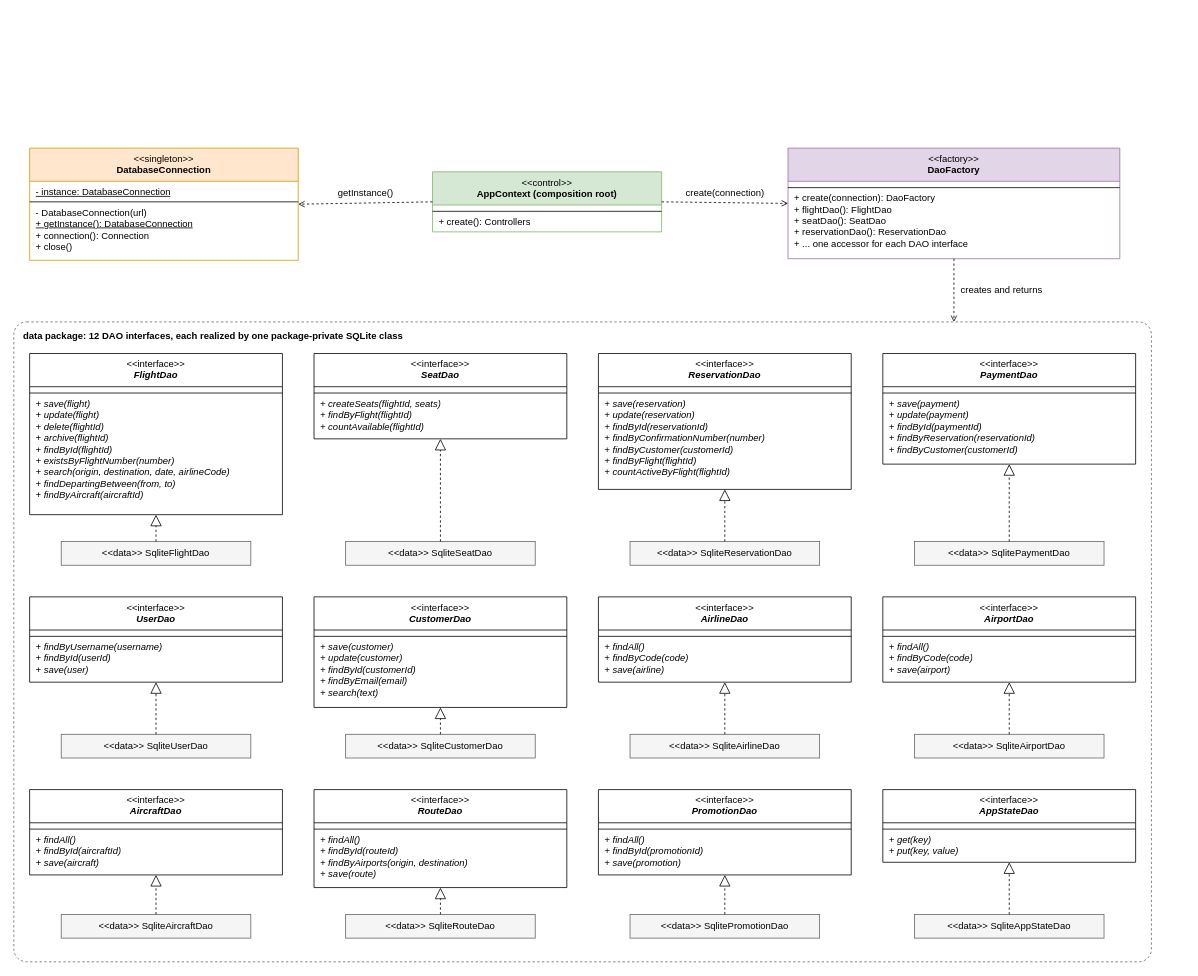
Before: docs/diagrams/src/13-class-data.drawio in satyambhanot/ChinookAir, a draw.io diagram. Source tidied: cells renumbered, new cells numbered last; positions are measured from the earlier drawing's top-left corner, leaving out a move shared by most shapes. Both pictures are drawn from the tidied source at 79%, with x=0, y=0 at pixel (13, 148).
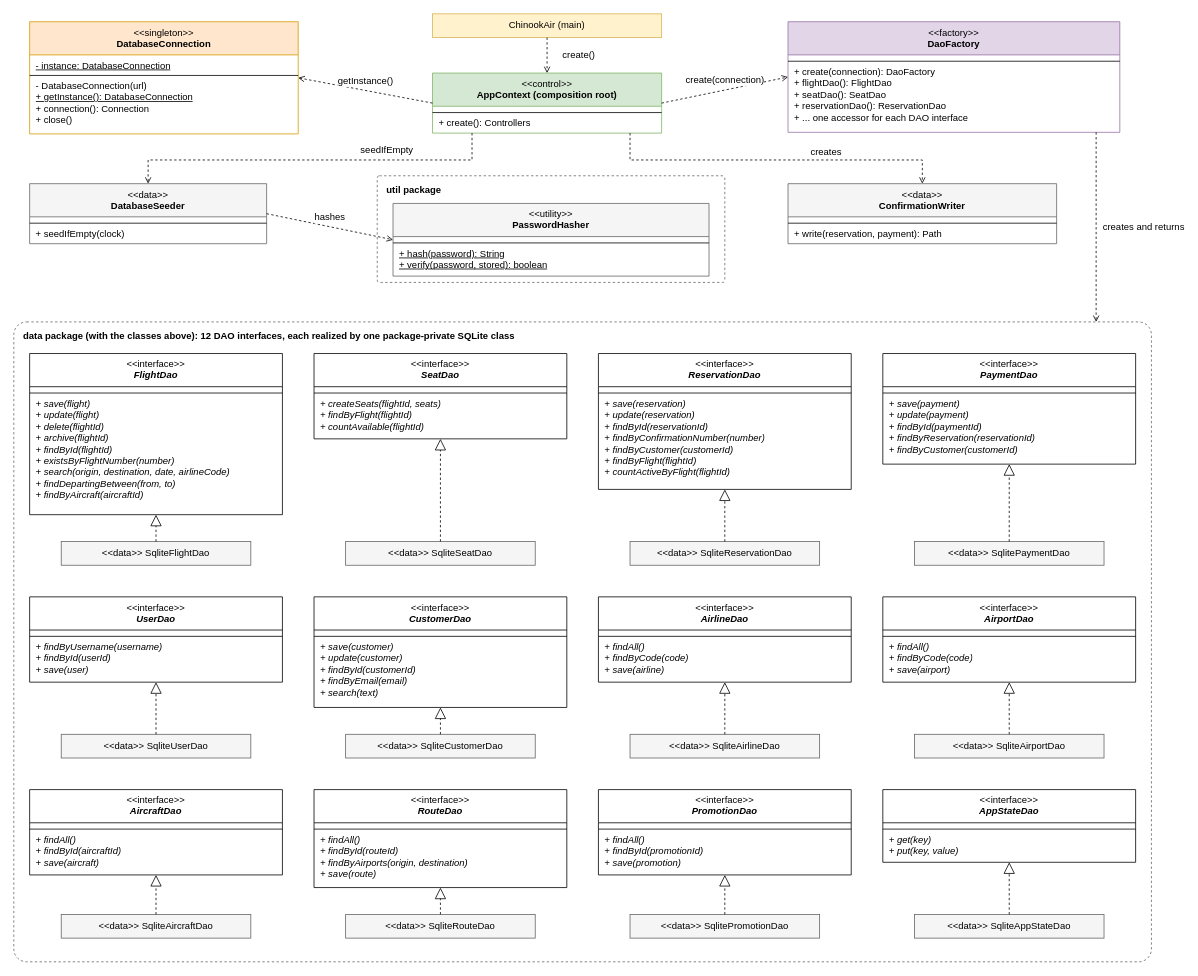
The same page after the edit.

Commit message (it also covers changes not shown here):
Move ConfirmationWriter to the data layer and add the seeder, hasher and entry point

The edit, as a diff of the source:
```diff
@@
     <mxCell id="2" value="&amp;lt;&amp;lt;singleton&amp;gt;&amp;gt;&lt;br&gt;&lt;b&gt;DatabaseConnection&lt;/b&gt;" style="swimlane;fontStyle=0;align=center;verticalAlign=top;horizontal=1;startSize=42;whiteSpace=wrap;html=1;fillColor=#ffe6cc;strokeColor=#d79b00;fontFamily=Helvetica;fontSize=12;" parent="1" vertex="1">
-      <mxGeometry x="20" width="340" height="142" as="geometry" />
+      <mxGeometry x="20" y="-160" width="340" height="142" as="geometry" />
     </mxCell>
@@
     <mxCell id="6" value="&amp;lt;&amp;lt;control&amp;gt;&amp;gt;&lt;br&gt;&lt;b&gt;AppContext (composition root)&lt;/b&gt;" style="swimlane;fontStyle=0;align=center;verticalAlign=top;horizontal=1;startSize=42;whiteSpace=wrap;html=1;fillColor=#d5e8d4;strokeColor=#82b366;fontFamily=Helvetica;fontSize=12;" parent="1" vertex="1">
-      <mxGeometry x="530" y="30" width="290" height="76" as="geometry" />
+      <mxGeometry x="530" y="-95" width="290" height="76" as="geometry" />
     </mxCell>
@@
+    <mxCell id="90" value="ChinookAir (main)" style="rounded=0;whiteSpace=wrap;html=1;fillColor=#fff2cc;strokeColor=#d6b656;fontFamily=Helvetica;fontSize=12;" parent="1" vertex="1">
+      <mxGeometry x="530" y="-170" width="290" height="30" as="geometry" />
+    </mxCell>
     <mxCell id="10" value="&amp;lt;&amp;lt;factory&amp;gt;&amp;gt;&lt;br&gt;&lt;b&gt;DaoFactory&lt;/b&gt;" style="swimlane;fontStyle=0;align=center;verticalAlign=top;horizontal=1;startSize=42;whiteSpace=wrap;html=1;fillColor=#e1d5e7;strokeColor=#9673a6;fontFamily=Helvetica;fontSize=12;" parent="1" vertex="1">
-      <mxGeometry x="980" width="420" height="140" as="geometry" />
+      <mxGeometry x="980" y="-160" width="420" height="140" as="geometry" />
     </mxCell>
@@
+    <mxCell id="91" value="&amp;lt;&amp;lt;data&amp;gt;&amp;gt;&lt;br&gt;&lt;b&gt;DatabaseSeeder&lt;/b&gt;" style="swimlane;fontStyle=0;align=center;verticalAlign=top;horizontal=1;startSize=42;whiteSpace=wrap;html=1;fillColor=#f5f5f5;strokeColor=#666666;fontFamily=Helvetica;fontSize=12;" parent="1" vertex="1">
+      <mxGeometry x="20" y="45" width="300" height="76" as="geometry" />
+    </mxCell>
+    <mxCell id="92" style="text;strokeColor=none;fillColor=none;align=left;verticalAlign=top;spacingLeft=6;spacingRight=4;overflow=hidden;whiteSpace=wrap;html=1;fontFamily=Helvetica;fontSize=12;" parent="91" vertex="1">
+      <mxGeometry y="42" width="300" height="8" as="geometry" />
+    </mxCell>
+    <mxCell id="93" style="line;strokeWidth=1;fillColor=none;align=left;verticalAlign=middle;" parent="91" vertex="1">
+      <mxGeometry y="49" width="300" height="2" as="geometry" />
+    </mxCell>
+    <mxCell id="94" value="+ seedIfEmpty(clock)" style="text;strokeColor=none;fillColor=none;align=left;verticalAlign=top;spacingLeft=6;spacingRight=4;overflow=hidden;whiteSpace=wrap;html=1;fontFamily=Helvetica;fontSize=12;" parent="91" vertex="1">
+      <mxGeometry y="50" width="300" height="26" as="geometry" />
+    </mxCell>
+    <mxCell id="95" value="&amp;lt;&amp;lt;data&amp;gt;&amp;gt;&lt;br&gt;&lt;b&gt;ConfirmationWriter&lt;/b&gt;" style="swimlane;fontStyle=0;align=center;verticalAlign=top;horizontal=1;startSize=42;whiteSpace=wrap;html=1;fillColor=#f5f5f5;strokeColor=#666666;fontFamily=Helvetica;fontSize=12;" parent="1" vertex="1">
+      <mxGeometry x="980" y="45" width="340" height="76" as="geometry" />
+    </mxCell>
+    <mxCell id="96" style="text;strokeColor=none;fillColor=none;align=left;verticalAlign=top;spacingLeft=6;spacingRight=4;overflow=hidden;whiteSpace=wrap;html=1;fontFamily=Helvetica;fontSize=12;" parent="95" vertex="1">
+      <mxGeometry y="42" width="340" height="8" as="geometry" />
+    </mxCell>
+    <mxCell id="97" style="line;strokeWidth=1;fillColor=none;align=left;verticalAlign=middle;" parent="95" vertex="1">
+      <mxGeometry y="49" width="340" height="2" as="geometry" />
+    </mxCell>
+    <mxCell id="98" value="+ write(reservation, payment): Path" style="text;strokeColor=none;fillColor=none;align=left;verticalAlign=top;spacingLeft=6;spacingRight=4;overflow=hidden;whiteSpace=wrap;html=1;fontFamily=Helvetica;fontSize=12;" parent="95" vertex="1">
+      <mxGeometry y="50" width="340" height="26" as="geometry" />
+    </mxCell>
+    <mxCell id="99" value="util package" style="rounded=1;arcSize=2;html=1;whiteSpace=wrap;fillColor=none;strokeColor=#666666;dashed=1;verticalAlign=top;align=left;spacingLeft=10;spacingTop=4;fontStyle=1;fontFamily=Helvetica;fontSize=12;" parent="1" vertex="1">
+      <mxGeometry x="460" y="35" width="440" height="135" as="geometry" />
+    </mxCell>
+    <mxCell id="100" value="&amp;lt;&amp;lt;utility&amp;gt;&amp;gt;&lt;br&gt;&lt;b&gt;PasswordHasher&lt;/b&gt;" style="swimlane;fontStyle=0;align=center;verticalAlign=top;horizontal=1;startSize=42;whiteSpace=wrap;html=1;fillColor=#f5f5f5;strokeColor=#666666;fontFamily=Helvetica;fontSize=12;" parent="1" vertex="1">
+      <mxGeometry x="480" y="70" width="400" height="92" as="geometry" />
+    </mxCell>
+    <mxCell id="101" style="text;strokeColor=none;fillColor=none;align=left;verticalAlign=top;spacingLeft=6;spacingRight=4;overflow=hidden;whiteSpace=wrap;html=1;fontFamily=Helvetica;fontSize=12;" parent="100" vertex="1">
+      <mxGeometry y="42" width="400" height="8" as="geometry" />
+    </mxCell>
+    <mxCell id="102" style="line;strokeWidth=1;fillColor=none;align=left;verticalAlign=middle;" parent="100" vertex="1">
+      <mxGeometry y="49" width="400" height="2" as="geometry" />
+    </mxCell>
+    <mxCell id="103" value="&lt;u&gt;+ hash(password): String&lt;/u&gt;&lt;br&gt;&lt;u&gt;+ verify(password, stored): boolean&lt;/u&gt;" style="text;strokeColor=none;fillColor=none;align=left;verticalAlign=top;spacingLeft=6;spacingRight=4;overflow=hidden;whiteSpace=wrap;html=1;fontFamily=Helvetica;fontSize=12;" parent="100" vertex="1">
+      <mxGeometry y="50" width="400" height="42" as="geometry" />
+    </mxCell>
@@
-    <mxCell id="86" value="data package: 12 DAO interfaces, each realized by one package-private SQLite class" style="rounded=1;arcSize=2;html=1;whiteSpace=wrap;fillColor=none;strokeColor=#666666;dashed=1;verticalAlign=top;align=left;spacingLeft=10;spacingTop=4;fontStyle=1;fontFamily=Helvetica;fontSize=12;" parent="1" vertex="1">
+    <mxCell id="86" value="data package (with the classes above): 12 DAO interfaces, each realized by one package-private SQLite class" style="rounded=1;arcSize=2;html=1;whiteSpace=wrap;fillColor=none;strokeColor=#666666;dashed=1;verticalAlign=top;align=left;spacingLeft=10;spacingTop=4;fontStyle=1;fontFamily=Helvetica;fontSize=12;" parent="1" vertex="1">
       <mxGeometry y="220" width="1440" height="810" as="geometry" />
     </mxCell>
-    <mxCell id="87" value="getInstance()" style="html=1;rounded=0;dashed=1;endArrow=open;endFill=0;exitX=0.0000;exitY=0.5000;exitDx=0;exitDy=0;entryX=1.0000;entryY=0.5000;entryDx=0;entryDy=0;labelBackgroundColor=#ffffff;fontFamily=Helvetica;fontSize=12;" parent="1" edge="1" source="6" target="2">
+    <mxCell id="87" value="create()" style="html=1;rounded=0;dashed=1;endArrow=open;endFill=0;exitX=0.5000;exitY=1.0000;exitDx=0;exitDy=0;entryX=0.5000;entryY=0.0000;entryDx=0;entryDy=0;labelBackgroundColor=#ffffff;fontFamily=Helvetica;fontSize=12;" parent="1" edge="1" source="90" target="6">
       <mxGeometry relative="1" as="geometry">
-        <mxPoint y="-12" as="offset" />
+        <mxPoint x="40" as="offset" />
       </mxGeometry>
     </mxCell>
-    <mxCell id="88" value="create(connection)" style="html=1;rounded=0;dashed=1;endArrow=open;endFill=0;exitX=1.0000;exitY=0.5000;exitDx=0;exitDy=0;entryX=0.0000;entryY=0.5000;entryDx=0;entryDy=0;labelBackgroundColor=#ffffff;fontFamily=Helvetica;fontSize=12;" parent="1" edge="1" source="6" target="10">
+    <mxCell id="88" value="getInstance()" style="html=1;rounded=0;dashed=1;endArrow=open;endFill=0;exitX=0.0000;exitY=0.5000;exitDx=0;exitDy=0;entryX=1.0000;entryY=0.5000;entryDx=0;entryDy=0;labelBackgroundColor=#ffffff;fontFamily=Helvetica;fontSize=12;" parent="1" edge="1" source="6" target="2">
       <mxGeometry relative="1" as="geometry">
         <mxPoint y="-12" as="offset" />
       </mxGeometry>
     </mxCell>
-    <mxCell id="89" value="creates and returns" style="html=1;rounded=0;dashed=1;endArrow=open;endFill=0;exitX=0.5000;exitY=1.0000;exitDx=0;exitDy=0;entryX=0.8264;entryY=0.0000;entryDx=0;entryDy=0;labelBackgroundColor=#ffffff;fontFamily=Helvetica;fontSize=12;" parent="1" edge="1" source="10" target="86">
+    <mxCell id="89" value="create(connection)" style="html=1;rounded=0;dashed=1;endArrow=open;endFill=0;exitX=1.0000;exitY=0.5000;exitDx=0;exitDy=0;entryX=0.0000;entryY=0.5000;entryDx=0;entryDy=0;labelBackgroundColor=#ffffff;fontFamily=Helvetica;fontSize=12;" parent="1" edge="1" source="6" target="10">
       <mxGeometry relative="1" as="geometry">
-        <mxPoint x="60" as="offset" />
+        <mxPoint y="-12" as="offset" />
       </mxGeometry>
     </mxCell>
+    <mxCell id="104" value="creates and returns" style="html=1;rounded=0;dashed=1;endArrow=open;endFill=0;exitX=0.9286;exitY=1.0000;exitDx=0;exitDy=0;entryX=0.9514;entryY=0.0000;entryDx=0;entryDy=0;labelBackgroundColor=#ffffff;fontFamily=Helvetica;fontSize=12;" parent="1" edge="1" source="10" target="86">
+      <mxGeometry relative="1" as="geometry">
+        <mxPoint x="60" as="offset" />
+      </mxGeometry>
+    </mxCell>
+    <mxCell id="105" value="seedIfEmpty" style="html=1;rounded=0;dashed=1;endArrow=open;endFill=0;exitX=0.1724;exitY=1.0000;exitDx=0;exitDy=0;entryX=0.5000;entryY=0.0000;entryDx=0;entryDy=0;labelBackgroundColor=#ffffff;fontFamily=Helvetica;fontSize=12;" parent="1" edge="1" source="6" target="91">
+      <mxGeometry x="-0.4" relative="1" as="geometry">
+        <Array as="points">
+          <mxPoint x="580" y="15" />
+          <mxPoint x="170" y="15" />
+        </Array>
+        <mxPoint y="-12" as="offset" />
+      </mxGeometry>
+    </mxCell>
+    <mxCell id="106" value="creates" style="html=1;rounded=0;dashed=1;endArrow=open;endFill=0;exitX=0.8621;exitY=1.0000;exitDx=0;exitDy=0;entryX=0.5000;entryY=0.0000;entryDx=0;entryDy=0;labelBackgroundColor=#ffffff;fontFamily=Helvetica;fontSize=12;" parent="1" edge="1" source="6" target="95">
+      <mxGeometry x="0.3" relative="1" as="geometry">
+        <Array as="points">
+          <mxPoint x="780" y="15" />
+          <mxPoint x="1150" y="15" />
+        </Array>
+        <mxPoint y="-10" as="offset" />
+      </mxGeometry>
+    </mxCell>
+    <mxCell id="107" value="hashes" style="html=1;rounded=0;dashed=1;endArrow=open;endFill=0;exitX=1.0000;exitY=0.5000;exitDx=0;exitDy=0;entryX=0.0000;entryY=0.5000;entryDx=0;entryDy=0;labelBackgroundColor=#ffffff;fontFamily=Helvetica;fontSize=12;" parent="1" edge="1" source="91" target="100">
+      <mxGeometry relative="1" as="geometry">
+        <mxPoint y="-12" as="offset" />
+      </mxGeometry>
+    </mxCell>
```
